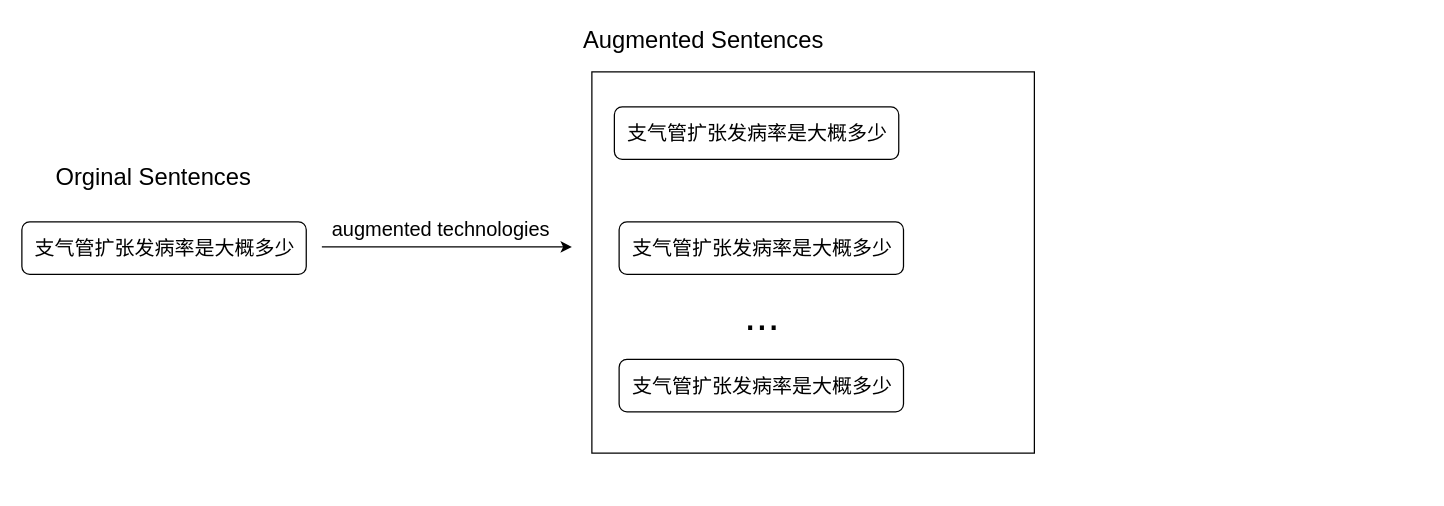
The draw.io diagram 2018/motivation.drawio in Alex0xf/ARTS, before the edit. Source tidied: cells renumbered, new cells numbered last; positions are measured from the earlier drawing's top-left corner, leaving out a move shared by most shapes. Both pictures are drawn from the tidied source at 125%, with x=0, y=0 at pixel (21, 21).
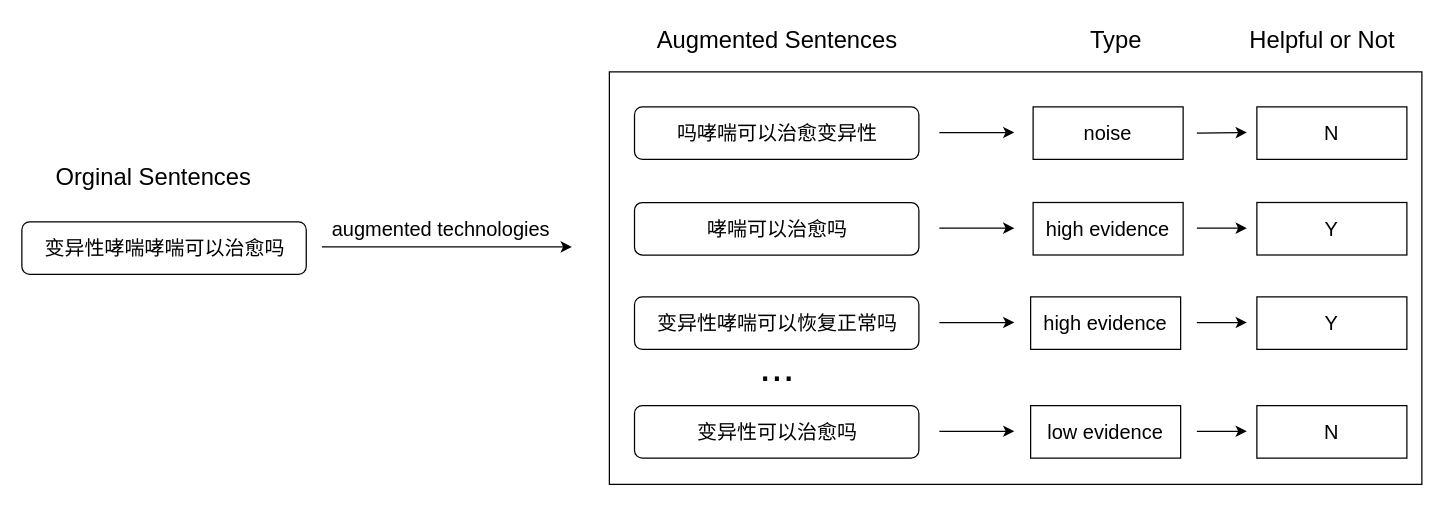
The same diagram, later.

Change to the diagram source:
```diff
@@
-    <mxCell id="4" value="&lt;font style=&quot;font-size: 16px;&quot;&gt;支气管扩张发病率是大概多少&lt;/font&gt;" style="text;html=1;align=center;verticalAlign=middle;rounded=0;fontSize=16;" parent="1" vertex="1">
-      <mxGeometry x="3.8" y="171" width="220" height="20" as="geometry" />
+    <mxCell id="4" value="&lt;font style=&quot;font-size: 16px&quot;&gt;变异性哮喘哮喘可以治愈吗&lt;/font&gt;" style="text;html=1;align=center;verticalAlign=middle;rounded=0;fontSize=16;" parent="1" vertex="1">
+      <mxGeometry x="8.8" y="171" width="210" height="20" as="geometry" />
     </mxCell>
@@
     <mxCell id="7" value="Augmented Sentences" style="text;html=1;align=center;verticalAlign=middle;fontSize=19;" parent="1" vertex="1">
-      <mxGeometry x="440" width="210" height="30" as="geometry" />
+      <mxGeometry x="498.9" width="210" height="30" as="geometry" />
     </mxCell>
     <mxCell id="8" style="rounded=0;whiteSpace=wrap;html=1;sketch=0;" parent="1" vertex="1">
-      <mxGeometry x="456" y="40" width="354" height="305" as="geometry" />
+      <mxGeometry x="470" y="40" width="650" height="330" as="geometry" />
     </mxCell>
     <mxCell id="9" value="..." style="text;html=1;align=center;verticalAlign=middle;fontSize=34;" parent="1" vertex="1">
-      <mxGeometry x="571.5" y="210" width="40" height="50" as="geometry" />
+      <mxGeometry x="583.9" y="251" width="40" height="50" as="geometry" />
     </mxCell>
     <mxCell id="10" style="rounded=1;whiteSpace=wrap;html=1;" parent="1" vertex="1">
-      <mxGeometry x="474" y="68" width="227.5" height="42" as="geometry" />
+      <mxGeometry x="490.1" y="220" width="227.5" height="42" as="geometry" />
     </mxCell>
-    <mxCell id="11" value="&lt;font style=&quot;font-size: 16px;&quot;&gt;支气管扩张发病率是大概多少&lt;/font&gt;" style="text;html=1;align=center;verticalAlign=middle;rounded=0;fontSize=16;" parent="1" vertex="1">
-      <mxGeometry x="477.8" y="79" width="220" height="20" as="geometry" />
+    <mxCell id="11" value="&lt;font style=&quot;font-size: 16px&quot;&gt;变异性哮喘可以恢复正常吗&lt;/font&gt;" style="text;html=1;align=center;verticalAlign=middle;rounded=0;fontSize=16;" parent="1" vertex="1">
+      <mxGeometry x="498.9" y="231" width="210" height="20" as="geometry" />
     </mxCell>
-    <mxCell id="12" style="rounded=1;whiteSpace=wrap;html=1;" parent="1" vertex="1">
-      <mxGeometry x="477.8" y="160" width="227.5" height="42" as="geometry" />
-    </mxCell>
-    <mxCell id="13" value="&lt;font style=&quot;font-size: 16px;&quot;&gt;支气管扩张发病率是大概多少&lt;/font&gt;" style="text;html=1;align=center;verticalAlign=middle;rounded=0;fontSize=16;" parent="1" vertex="1">
-      <mxGeometry x="481.5" y="171" width="220" height="20" as="geometry" />
-    </mxCell>
     <mxCell id="14" style="rounded=1;whiteSpace=wrap;html=1;" parent="1" vertex="1">
-      <mxGeometry x="477.8" y="270" width="227.5" height="42" as="geometry" />
+      <mxGeometry x="490.1" y="68" width="227.5" height="42" as="geometry" />
     </mxCell>
-    <mxCell id="15" value="&lt;font style=&quot;font-size: 16px;&quot;&gt;支气管扩张发病率是大概多少&lt;/font&gt;" style="text;html=1;align=center;verticalAlign=middle;rounded=0;fontSize=16;" parent="1" vertex="1">
-      <mxGeometry x="481.5" y="281" width="220" height="20" as="geometry" />
+    <mxCell id="15" value="&lt;font style=&quot;font-size: 16px&quot;&gt;吗哮喘可以治愈变异性&lt;/font&gt;" style="text;html=1;align=center;verticalAlign=middle;rounded=0;fontSize=16;" parent="1" vertex="1">
+      <mxGeometry x="513.9" y="79" width="180" height="20" as="geometry" />
     </mxCell>
+    <mxCell id="16" value="Type" style="text;html=1;align=center;verticalAlign=middle;fontSize=19;" parent="1" vertex="1">
+      <mxGeometry x="845" width="60" height="30" as="geometry" />
+    </mxCell>
+    <mxCell id="17" value="high evidence" style="rounded=0;whiteSpace=wrap;html=1;fontSize=16;" parent="1" vertex="1">
+      <mxGeometry x="809" y="144.5" width="120" height="42" as="geometry" />
+    </mxCell>
+    <mxCell id="18" value="noise" style="rounded=0;whiteSpace=wrap;html=1;fontSize=16;" parent="1" vertex="1">
+      <mxGeometry x="809" y="68" width="120" height="42" as="geometry" />
+    </mxCell>
+    <mxCell id="19" value="low evidence" style="rounded=0;whiteSpace=wrap;html=1;fontSize=16;" parent="1" vertex="1">
+      <mxGeometry x="807" y="307" width="120" height="42" as="geometry" />
+    </mxCell>
+    <mxCell id="20" style="rounded=1;whiteSpace=wrap;html=1;" parent="1" vertex="1">
+      <mxGeometry x="490.1" y="144.5" width="227.5" height="42" as="geometry" />
+    </mxCell>
+    <mxCell id="21" value="哮喘可以治愈吗" style="text;html=1;align=center;verticalAlign=middle;rounded=0;fontSize=16;" parent="1" vertex="1">
+      <mxGeometry x="538.9" y="155.5" width="130" height="20" as="geometry" />
+    </mxCell>
+    <mxCell id="22" style="rounded=1;whiteSpace=wrap;html=1;" parent="1" vertex="1">
+      <mxGeometry x="490.1" y="307" width="227.5" height="42" as="geometry" />
+    </mxCell>
+    <mxCell id="23" value="变异性可以治愈吗" style="text;html=1;align=center;verticalAlign=middle;rounded=0;fontSize=16;" parent="1" vertex="1">
+      <mxGeometry x="533.9" y="318" width="140" height="20" as="geometry" />
+    </mxCell>
+    <mxCell id="24" value="high evidence" style="rounded=0;whiteSpace=wrap;html=1;fontSize=16;" parent="1" vertex="1">
+      <mxGeometry x="807" y="220" width="120" height="42" as="geometry" />
+    </mxCell>
+    <mxCell id="25" style="endArrow=classic;html=1;fontSize=16;" parent="1" edge="1">
+      <mxGeometry relative="1" as="geometry">
+        <mxPoint x="734" y="88.5" as="sourcePoint" />
+        <mxPoint x="794" y="88.5" as="targetPoint" />
+      </mxGeometry>
+    </mxCell>
+    <mxCell id="26" style="endArrow=classic;html=1;fontSize=16;" parent="1" edge="1">
+      <mxGeometry relative="1" as="geometry">
+        <mxPoint x="734" y="165" as="sourcePoint" />
+        <mxPoint x="794" y="165" as="targetPoint" />
+      </mxGeometry>
+    </mxCell>
+    <mxCell id="27" style="endArrow=classic;html=1;fontSize=16;" parent="1" edge="1">
+      <mxGeometry relative="1" as="geometry">
+        <mxPoint x="734" y="240.5" as="sourcePoint" />
+        <mxPoint x="794" y="240.5" as="targetPoint" />
+      </mxGeometry>
+    </mxCell>
+    <mxCell id="28" style="endArrow=classic;html=1;fontSize=16;" parent="1" edge="1">
+      <mxGeometry relative="1" as="geometry">
+        <mxPoint x="734" y="327.5" as="sourcePoint" />
+        <mxPoint x="794" y="327.5" as="targetPoint" />
+      </mxGeometry>
+    </mxCell>
+    <mxCell id="29" value="Helpful or Not" style="text;html=1;align=center;verticalAlign=middle;fontSize=19;" parent="1" vertex="1">
+      <mxGeometry x="975" width="130" height="30" as="geometry" />
+    </mxCell>
+    <mxCell id="30" value="N" style="rounded=0;whiteSpace=wrap;html=1;fontSize=16;" parent="1" vertex="1">
+      <mxGeometry x="988" y="68" width="120" height="42" as="geometry" />
+    </mxCell>
+    <mxCell id="31" value="Y" style="rounded=0;whiteSpace=wrap;html=1;fontSize=16;" parent="1" vertex="1">
+      <mxGeometry x="988" y="144.5" width="120" height="42" as="geometry" />
+    </mxCell>
+    <mxCell id="32" value="Y" style="rounded=0;whiteSpace=wrap;html=1;fontSize=16;" parent="1" vertex="1">
+      <mxGeometry x="988" y="220" width="120" height="42" as="geometry" />
+    </mxCell>
+    <mxCell id="33" value="N" style="rounded=0;whiteSpace=wrap;html=1;fontSize=16;" parent="1" vertex="1">
+      <mxGeometry x="988" y="307" width="120" height="42" as="geometry" />
+    </mxCell>
+    <mxCell id="34" style="endArrow=classic;html=1;fontSize=16;" parent="1" edge="1">
+      <mxGeometry relative="1" as="geometry">
+        <mxPoint x="940" y="89" as="sourcePoint" />
+        <mxPoint x="980" y="88.5" as="targetPoint" />
+      </mxGeometry>
+    </mxCell>
+    <mxCell id="35" style="endArrow=classic;html=1;fontSize=16;" parent="1" edge="1">
+      <mxGeometry relative="1" as="geometry">
+        <mxPoint x="940" y="165" as="sourcePoint" />
+        <mxPoint x="980" y="165" as="targetPoint" />
+      </mxGeometry>
+    </mxCell>
+    <mxCell id="36" style="endArrow=classic;html=1;fontSize=16;" parent="1" edge="1">
+      <mxGeometry relative="1" as="geometry">
+        <mxPoint x="940" y="240.5" as="sourcePoint" />
+        <mxPoint x="980" y="240.5" as="targetPoint" />
+      </mxGeometry>
+    </mxCell>
+    <mxCell id="37" style="endArrow=classic;html=1;fontSize=16;" parent="1" edge="1">
+      <mxGeometry relative="1" as="geometry">
+        <mxPoint x="940" y="327.5" as="sourcePoint" />
+        <mxPoint x="980" y="327.5" as="targetPoint" />
+      </mxGeometry>
+    </mxCell>
```
